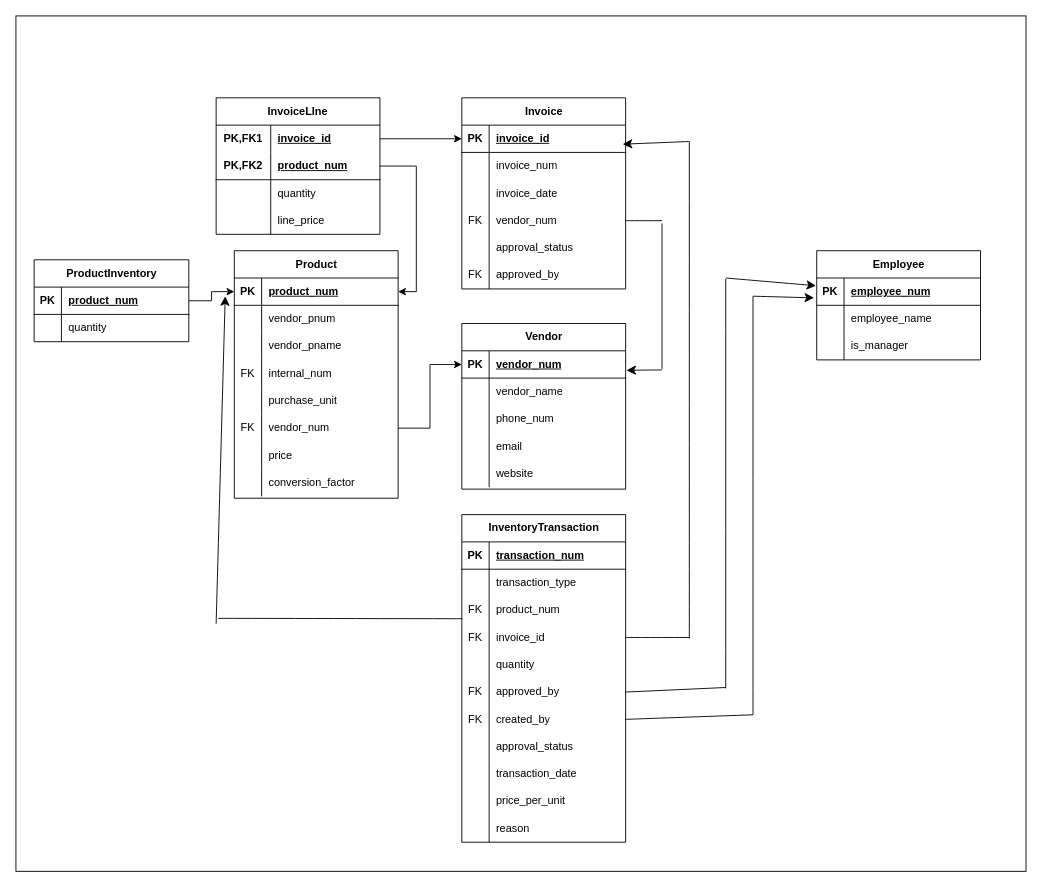
This is Documentation/Diagrams/DiagramData/inventory_and_purchase_flow.drawio from 00jeremy00/Food_Inventory, a draw.io file, before an edit. Source tidied: cells renumbered, new cells numbered last; positions are measured from the earlier drawing's top-left corner, leaving out a move shared by most shapes. Both pictures are drawn from the tidied source at 91%, with x=0, y=0 at pixel (15, 15).
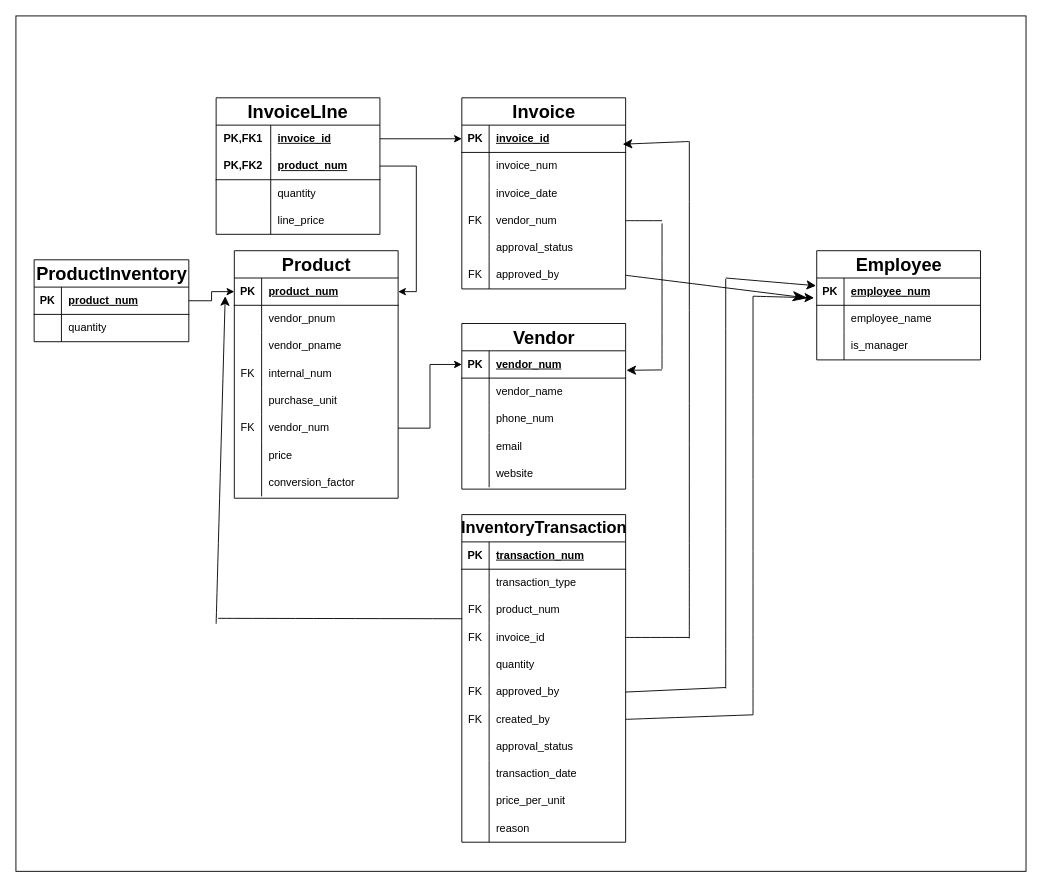
The same page after the edit.

Commit message (it also covers changes not shown here):
styled dashboard page and updated er diagrams

Unchanged cells that the change refers to:
```xml
<mxCell id="71" style="shape=tableRow;horizontal=0;startSize=0;swimlaneHead=0;swimlaneBody=0;fillColor=none;points=[[0,0.5],[1,0.5]];portConstraint=eastwest;top=0;left=0;right=0;bottom=0;" parent="55" vertex="1">
  <mxGeometry y="180" width="180" height="30" as="geometry" />
</mxCell>
```

The edit, as a diff of the source:
```diff
@@
-    <mxCell id="3" value="Vendor" style="shape=table;startSize=30;childLayout=tableLayout;rowLines=0;fontStyle=1;align=center;html=1;" parent="1" vertex="1">
+    <mxCell id="3" value="&lt;font style=&quot;font-size: 20px;&quot;&gt;Vendor&lt;/font&gt;" style="shape=table;startSize=30;childLayout=tableLayout;rowLines=0;fontStyle=1;align=center;html=1;" parent="1" vertex="1">
       <mxGeometry x="490" y="338" width="180" height="182" as="geometry" />
     </mxCell>
@@
-    <mxCell id="19" value="Product" style="shape=table;startSize=30;childLayout=tableLayout;rowLines=0;fontStyle=1;align=center;html=1;" parent="1" vertex="1">
+    <mxCell id="19" value="&lt;font style=&quot;font-size: 20px;&quot;&gt;Product&lt;/font&gt;" style="shape=table;startSize=30;childLayout=tableLayout;rowLines=0;fontStyle=1;align=center;html=1;" parent="1" vertex="1">
       <mxGeometry x="240" y="258" width="180" height="272" as="geometry" />
     </mxCell>
@@
-    <mxCell id="45" value="Employee" style="shape=table;startSize=30;childLayout=tableLayout;rowLines=0;fontStyle=1;align=center;html=1;" parent="1" vertex="1">
+    <mxCell id="45" value="&lt;font style=&quot;font-size: 20px;&quot;&gt;Employee&lt;/font&gt;" style="shape=table;startSize=30;childLayout=tableLayout;rowLines=0;fontStyle=1;align=center;html=1;" parent="1" vertex="1">
       <mxGeometry x="880" y="258" width="180" height="120" as="geometry" />
     </mxCell>
@@
-    <mxCell id="55" value="Invoice" style="shape=table;startSize=30;childLayout=tableLayout;rowLines=0;fontStyle=1;align=center;html=1;" parent="1" vertex="1">
+    <mxCell id="55" value="&lt;font style=&quot;font-size: 20px;&quot;&gt;Invoice&lt;/font&gt;" style="shape=table;startSize=30;childLayout=tableLayout;rowLines=0;fontStyle=1;align=center;html=1;" parent="1" vertex="1">
       <mxGeometry x="490" y="90" width="180" height="210" as="geometry" />
     </mxCell>
@@
-    <mxCell id="74" value="InvoiceLIne" style="shape=table;startSize=30;childLayout=tableLayout;rowLines=0;fontStyle=1;align=center;html=1;whiteSpace=wrap;" parent="1" vertex="1">
+    <mxCell id="74" value="&lt;font style=&quot;font-size: 20px;&quot;&gt;InvoiceLIne&lt;/font&gt;" style="shape=table;startSize=30;childLayout=tableLayout;rowLines=0;fontStyle=1;align=center;html=1;whiteSpace=wrap;" parent="1" vertex="1">
       <mxGeometry x="220" y="90" width="180" height="150" as="geometry" />
     </mxCell>
@@
-    <mxCell id="89" value="ProductInventory" style="shape=table;startSize=30;childLayout=tableLayout;rowLines=0;fontStyle=1;align=center;html=1;" parent="1" vertex="1">
+    <mxCell id="89" value="&lt;font style=&quot;font-size: 20px;&quot;&gt;ProductInventory&lt;/font&gt;" style="shape=table;startSize=30;childLayout=tableLayout;rowLines=0;fontStyle=1;align=center;html=1;" parent="1" vertex="1">
       <mxGeometry x="20" y="268" width="170" height="90" as="geometry" />
     </mxCell>
@@
-    <mxCell id="97" value="InventoryTransaction" style="shape=table;startSize=30;childLayout=tableLayout;rowLines=0;fontStyle=1;align=center;html=1;" parent="1" vertex="1">
+    <mxCell id="97" value="&lt;font style=&quot;font-size: 18px;&quot;&gt;InventoryTransaction&lt;/font&gt;" style="shape=table;startSize=30;childLayout=tableLayout;rowLines=0;fontStyle=1;align=center;html=1;" parent="1" vertex="1">
       <mxGeometry x="490" y="548" width="180" height="360" as="geometry" />
     </mxCell>
@@
+    <mxCell id="146" style="endArrow=classicThin;html=1;rounded=0;fontFamily=Architects Daughter;fontSize=16;startSize=14;endSize=14;sourcePerimeterSpacing=8;targetPerimeterSpacing=8;curved=1;exitX=1;exitY=0.5;exitDx=0;exitDy=0;endFill=1;" parent="1" edge="1" source="71">
+      <mxGeometry relative="1" as="geometry">
+        <mxPoint x="870" y="310" as="targetPoint" />
+      </mxGeometry>
+    </mxCell>
```
